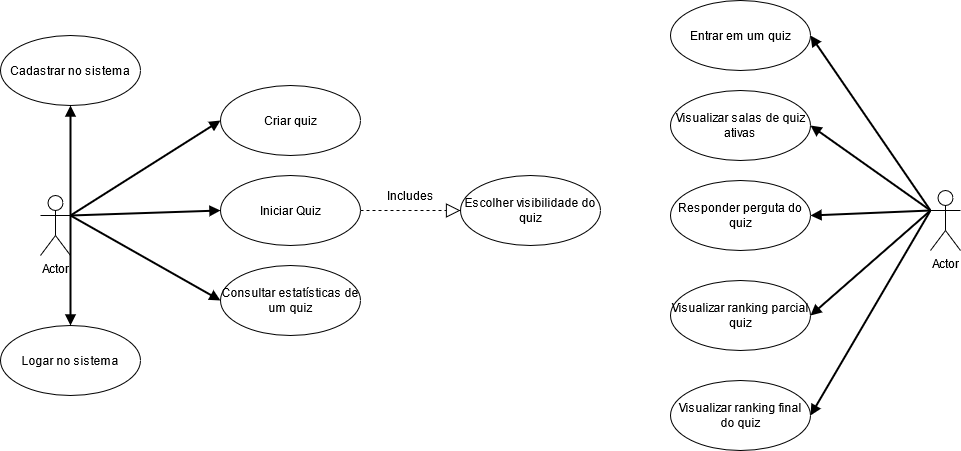
ICEI-PUC-Minas-PPLES-TI/plf-es-2021-1-ti5-6702100-goask keeps this draw.io diagram as documentacao/imagens/CasosDeUso.png. Above is the earlier version. Source tidied: cells renumbered, new cells last; positions are measured from the earlier drawing's top-left corner, leaving out a move shared by most shapes.
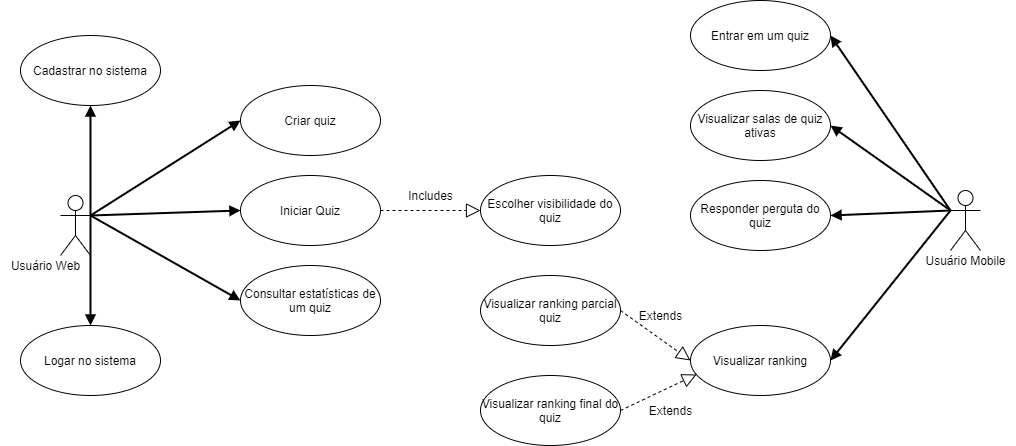
The same diagram one commit later.

What changed in the source:
```diff
@@ -2,7 +2,7 @@
   <root>
     <mxCell id="0" />
     <mxCell id="1" parent="0" />
-    <mxCell id="2" value="Actor" style="shape=umlActor;verticalLabelPosition=bottom;verticalAlign=top;html=1;" parent="1" vertex="1">
+    <mxCell id="2" value="Actor" style="shape=umlActor;verticalLabelPosition=bottom;verticalAlign=top;html=1;fontSize=1;" parent="1" vertex="1">
       <mxGeometry x="40" y="195" width="30" height="60" as="geometry" />
     </mxCell>
     <mxCell id="3" value="&lt;div&gt;Cadastrar no sistema&lt;/div&gt;" style="ellipse;whiteSpace=wrap;html=1;" parent="1" vertex="1">
@@ -44,7 +44,7 @@
     <mxCell id="15" style="endArrow=block;endFill=1;endSize=6;html=1;strokeWidth=2;exitX=1;exitY=0.3333333333333333;exitDx=0;exitDy=0;exitPerimeter=0;entryX=0.5;entryY=0;entryDx=0;entryDy=0;" parent="1" edge="1" source="2" target="4">
       <mxGeometry relative="1" as="geometry" />
     </mxCell>
-    <mxCell id="16" value="Actor" style="shape=umlActor;verticalLabelPosition=bottom;verticalAlign=top;html=1;" parent="1" vertex="1">
+    <mxCell id="16" value="Actor" style="shape=umlActor;verticalLabelPosition=bottom;verticalAlign=top;html=1;fontSize=1;" parent="1" vertex="1">
       <mxGeometry x="930" y="190" width="30" height="60" as="geometry" />
     </mxCell>
     <mxCell id="17" value="&lt;div&gt;Entrar em um quiz&lt;/div&gt;" style="ellipse;whiteSpace=wrap;html=1;" parent="1" vertex="1">
@@ -57,10 +57,10 @@
       <mxGeometry x="670" y="180" width="140" height="70" as="geometry" />
     </mxCell>
     <mxCell id="20" value="Visualizar ranking parcial quiz" style="ellipse;whiteSpace=wrap;html=1;" parent="1" vertex="1">
-      <mxGeometry x="670" y="280" width="140" height="70" as="geometry" />
+      <mxGeometry x="460" y="275" width="140" height="70" as="geometry" />
     </mxCell>
     <mxCell id="21" value="Visualizar ranking final do quiz" style="ellipse;whiteSpace=wrap;html=1;" parent="1" vertex="1">
-      <mxGeometry x="670" y="380" width="140" height="70" as="geometry" />
+      <mxGeometry x="460" y="375" width="140" height="70" as="geometry" />
     </mxCell>
     <mxCell id="22" style="endArrow=block;endFill=1;endSize=6;html=1;strokeWidth=2;exitX=0;exitY=0.3333333333333333;exitDx=0;exitDy=0;exitPerimeter=0;entryX=1;entryY=0.5;entryDx=0;entryDy=0;" parent="1" edge="1" source="16" target="17">
       <mxGeometry relative="1" as="geometry" />
@@ -68,14 +68,34 @@
     <mxCell id="23" style="endArrow=block;endFill=1;endSize=6;html=1;strokeWidth=2;exitX=0;exitY=0.3333333333333333;exitDx=0;exitDy=0;exitPerimeter=0;entryX=1;entryY=0.5;entryDx=0;entryDy=0;" parent="1" edge="1" source="16" target="19">
       <mxGeometry relative="1" as="geometry" />
     </mxCell>
-    <mxCell id="24" style="endArrow=block;endFill=1;endSize=6;html=1;strokeWidth=2;exitX=0;exitY=0.3333333333333333;exitDx=0;exitDy=0;exitPerimeter=0;entryX=1;entryY=0.5;entryDx=0;entryDy=0;" parent="1" edge="1" source="16" target="21">
-      <mxGeometry relative="1" as="geometry" />
-    </mxCell>
     <mxCell id="25" style="endArrow=block;endFill=1;endSize=6;html=1;strokeWidth=2;exitX=0;exitY=0.3333333333333333;exitDx=0;exitDy=0;exitPerimeter=0;entryX=1;entryY=0.5;entryDx=0;entryDy=0;" parent="1" edge="1" source="16" target="18">
       <mxGeometry relative="1" as="geometry" />
     </mxCell>
-    <mxCell id="26" style="endArrow=block;endFill=1;endSize=6;html=1;strokeWidth=2;exitX=0;exitY=0.3333333333333333;exitDx=0;exitDy=0;exitPerimeter=0;entryX=1;entryY=0.5;entryDx=0;entryDy=0;" parent="1" edge="1" source="16" target="20">
-      <mxGeometry relative="1" as="geometry" />
-    </mxCell>
+    <mxCell id="27" value="Visualizar ranking" style="ellipse;whiteSpace=wrap;html=1;" parent="1" vertex="1">
+      <mxGeometry x="670" y="325" width="140" height="70" as="geometry" />
+    </mxCell>
+    <mxCell id="28" style="endArrow=block;endFill=1;endSize=6;html=1;strokeWidth=2;exitX=0;exitY=0.3333333333333333;exitDx=0;exitDy=0;exitPerimeter=0;entryX=1;entryY=0.5;entryDx=0;entryDy=0;" parent="1" edge="1" source="16" target="27">
+      <mxGeometry relative="1" as="geometry" />
+    </mxCell>
+    <mxCell id="29" style="endArrow=block;dashed=1;endFill=0;endSize=12;html=1;exitX=1;exitY=0.5;exitDx=0;exitDy=0;entryX=0;entryY=0.5;entryDx=0;entryDy=0;" parent="1" edge="1" source="20" target="27">
+      <mxGeometry relative="1" as="geometry" />
+    </mxCell>
+    <mxCell id="30" style="endArrow=block;dashed=1;endFill=0;endSize=12;html=1;exitX=1;exitY=0.5;exitDx=0;exitDy=0;" parent="1" edge="1" source="21">
+      <mxGeometry relative="1" as="geometry">
+        <mxPoint x="676" y="374" as="targetPoint" />
+      </mxGeometry>
+    </mxCell>
+    <mxCell id="31" value="Extends" style="text;html=1;align=center;verticalAlign=middle;" parent="1" vertex="1">
+      <mxGeometry x="610" y="305" width="60" height="20" as="geometry" />
+    </mxCell>
+    <mxCell id="32" value="&lt;div&gt;Extends&lt;/div&gt;" style="text;html=1;align=center;verticalAlign=middle;" parent="1" vertex="1">
+      <mxGeometry x="620" y="400" width="60" height="20" as="geometry" />
+    </mxCell>
+    <mxCell id="33" value="&lt;div&gt;Usuário Mobile&lt;/div&gt;" style="text;html=1;align=center;verticalAlign=middle;" parent="1" vertex="1">
+      <mxGeometry x="895" y="250" width="100" height="20" as="geometry" />
+    </mxCell>
+    <mxCell id="34" value="&lt;div&gt;Usuário Web&lt;br&gt;&lt;/div&gt;" style="text;html=1;align=center;verticalAlign=middle;" parent="1" vertex="1">
+      <mxGeometry x="-20" y="255" width="90" height="20" as="geometry" />
+    </mxCell>
   </root>
 </mxGraphModel>
```
